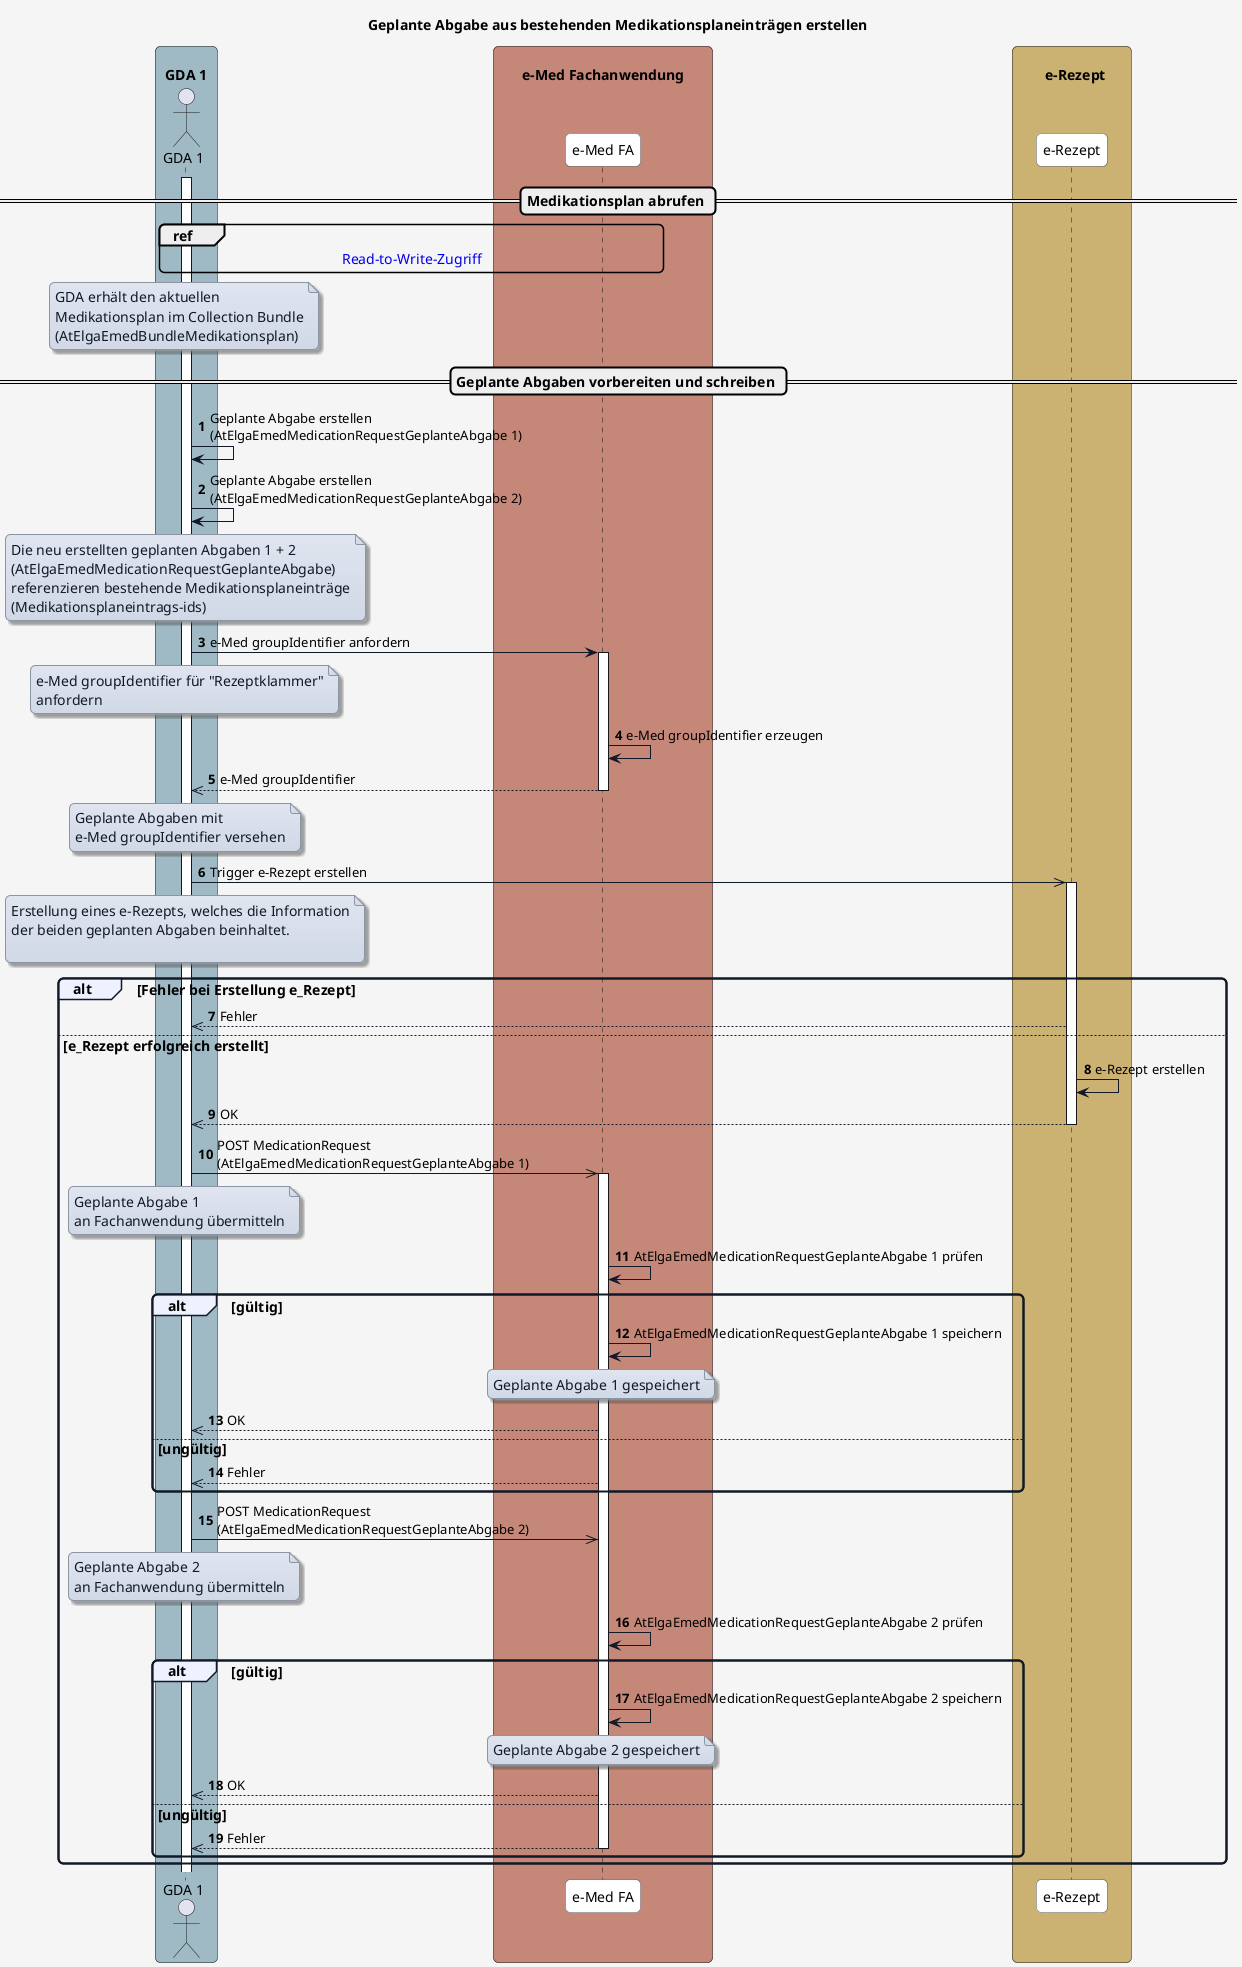
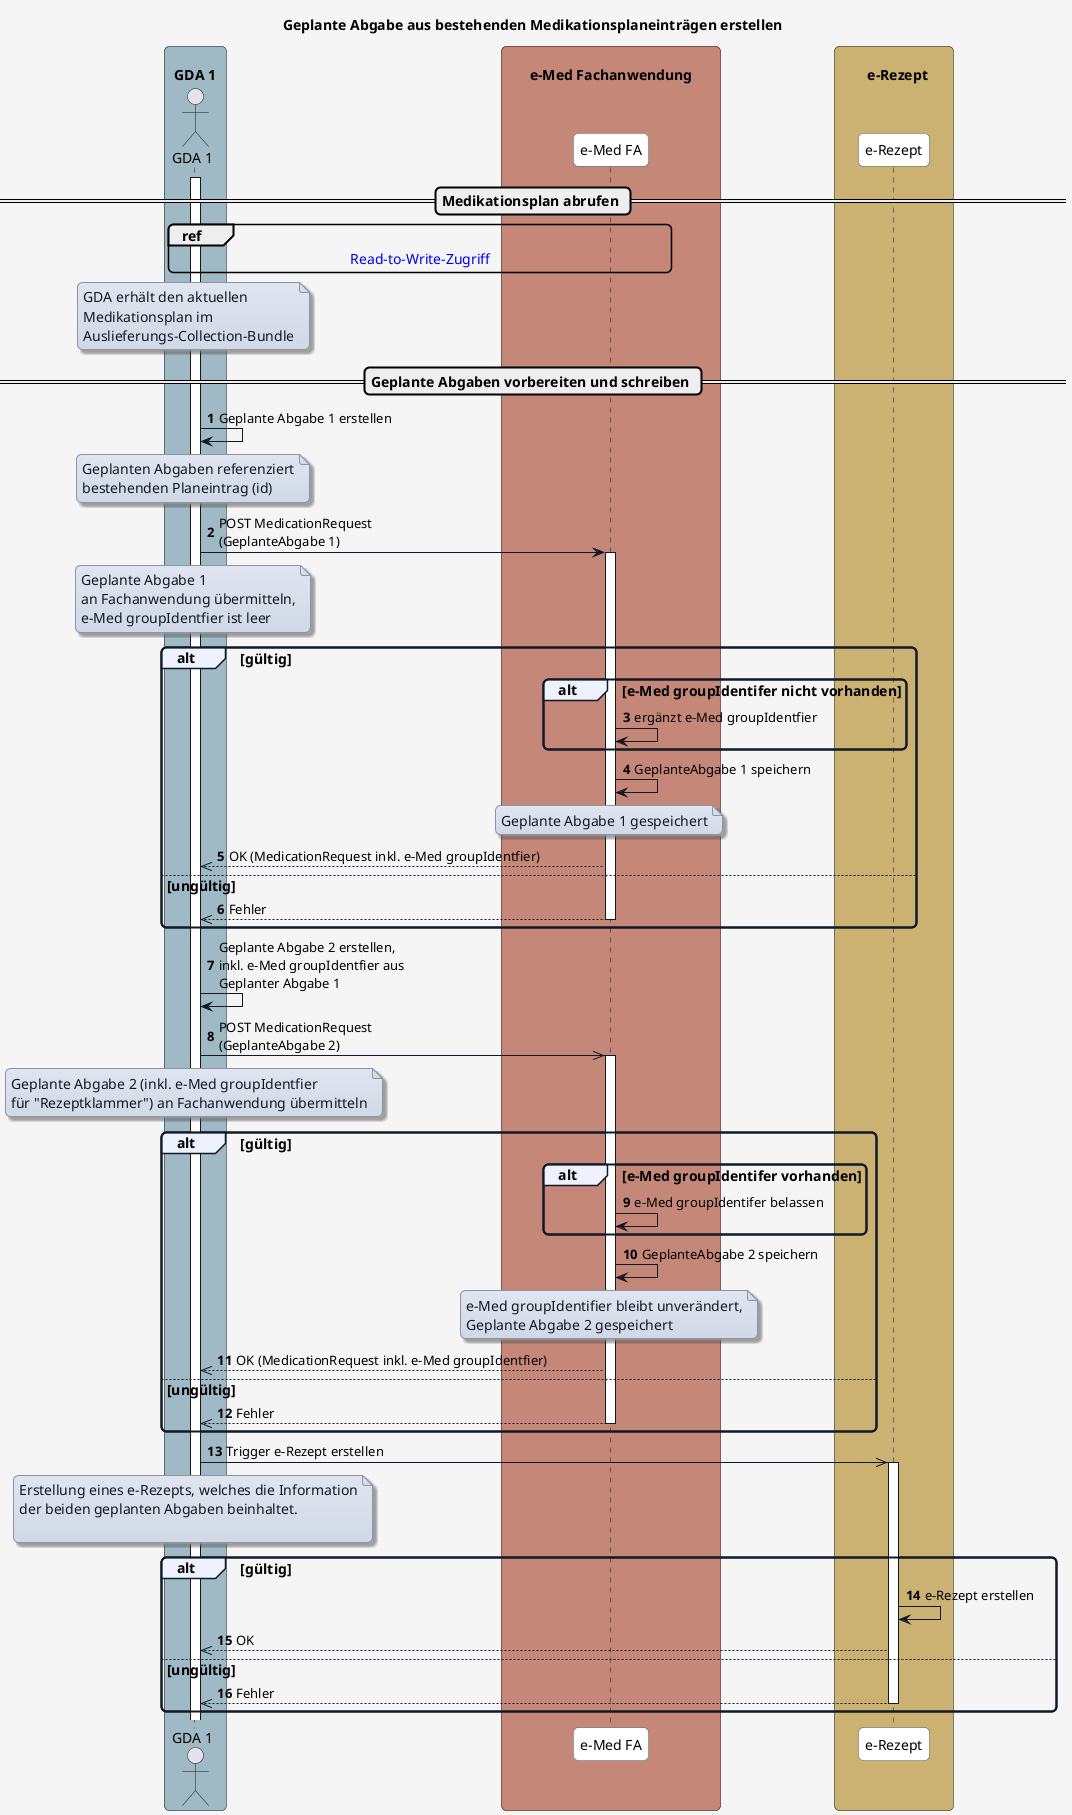
@startuml

title Geplante Abgabe aus bestehenden Medikationsplaneinträgen erstellen

skinparam borderColor #000000
skinparam backgroundColor #f5f5f5
skinparam shadowing false
skinparam roundCorner 10
skinparam defaultFontName "Arial"
skinparam defaultFontSize 14
skinparam defaultFontColor #000000

skinparam note {
  BackgroundColor #e0e5f0-#d1d9e6
  BorderColor #8b95a5
  BorderThickness 1
  RoundCorner 8
  Padding 6
  FontColor #111827
  Shadowing true
}

skinparam HyperlinkColor #0000EE
skinparam HyperlinkUnderline false

skinparam sequence {
  ParticipantBorderColor #555555
  ParticipantBackgroundColor #ffffff
  ParticipantFontColor #000000
  ParticipantFontSize 14
  ParticipantPadding 20
  ArrowColor #111827
  ArrowThickness 1
  ArrowFontColor #000000
  ArrowFontSize 13
  GroupBorderColor #111827
  GroupBackgroundColor #eef2ff
  GroupBorderThickness 2
}

skinparam BoxPadding 20
skinparam BoxBorderColor #555555

box "\n  GDA 1  " #9fbac4
  actor GDA_1 as "GDA 1"
end box

box "\n       e-Med Fachanwendung       " #C48778
  participant eMed_FA as "e-Med FA"
end box

box "\n    e-Rezept  " #cbb272
  participant e_Rezept as "e-Rezept"
end box

autonumber

== Medikationsplan abrufen ==

activate GDA_1

ref over GDA_1, eMed_FA : [[interactions.html#sequenzdiagramm-read-to-write-zugriff Read-to-Write-Zugriff]]

note over GDA_1
GDA erhält den aktuellen
- Medikationsplan im Collection Bundle
- (AtElgaEmedBundleMedikationsplan)
+ Medikationsplan im
+ Auslieferungs-Collection-Bundle
end note

== Geplante Abgaben vorbereiten und schreiben ==

- GDA_1 -> GDA_1: Geplante Abgabe erstellen\n(AtElgaEmedMedicationRequestGeplanteAbgabe 1)
- GDA_1 -> GDA_1: Geplante Abgabe erstellen\n(AtElgaEmedMedicationRequestGeplanteAbgabe 2)
+ GDA_1 -> GDA_1: Geplante Abgabe 1 erstellen
note over GDA_1
- Die neu erstellten geplanten Abgaben 1 + 2
- (AtElgaEmedMedicationRequestGeplanteAbgabe)
- referenzieren bestehende Medikationsplaneinträge
- (Medikationsplaneintrags-ids)
+ Geplanten Abgaben referenziert
+ bestehenden Planeintrag (id)
end note

- 
- GDA_1 -> eMed_FA: e-Med groupIdentifier anfordern
+ GDA_1 -> eMed_FA: POST MedicationRequest\n(GeplanteAbgabe 1)
+ activate eMed_FA

note over GDA_1
- e-Med groupIdentifier für "Rezeptklammer"
- anfordern
+ Geplante Abgabe 1
+ an Fachanwendung übermitteln,
+ e-Med groupIdentfier ist leer
end note

+ alt gültig
+   alt e-Med groupIdentifer nicht vorhanden
+     eMed_FA -> eMed_FA: ergänzt e-Med groupIdentfier
+   end
+ 
+   eMed_FA -> eMed_FA: GeplanteAbgabe 1 speichern
+ 
+   note over eMed_FA
+   Geplante Abgabe 1 gespeichert
+   end note
+ 
+   eMed_FA -->> GDA_1: OK (MedicationRequest inkl. e-Med groupIdentfier)
+ else ungültig
+   eMed_FA -->> GDA_1: Fehler
+   deactivate eMed_FA
+ end
+ 
+ GDA_1 -> GDA_1: Geplante Abgabe 2 erstellen,\ninkl. e-Med groupIdentfier aus\nGeplanter Abgabe 1
+ 
+ GDA_1 ->> eMed_FA: POST MedicationRequest\n(GeplanteAbgabe 2)
activate eMed_FA
- eMed_FA -> eMed_FA: e-Med groupIdentifier erzeugen
- eMed_FA -->> GDA_1: e-Med groupIdentifier
- deactivate eMed_FA
+ note over GDA_1
+ Geplante Abgabe 2 (inkl. e-Med groupIdentfier
+ für "Rezeptklammer") an Fachanwendung übermitteln
+ end note

- note over GDA_1
- Geplante Abgaben mit
- e-Med groupIdentifier versehen
- end note
+ alt gültig
+   alt e-Med groupIdentifer vorhanden
+     eMed_FA -> eMed_FA: e-Med groupIdentifer belassen
+   end
+   eMed_FA -> eMed_FA: GeplanteAbgabe 2 speichern
+ 
+   note over eMed_FA
+   e-Med groupIdentifier bleibt unverändert,
+   Geplante Abgabe 2 gespeichert
+   end note
+ 
+   eMed_FA -->> GDA_1: OK (MedicationRequest inkl. e-Med groupIdentfier)
+ else ungültig
+   eMed_FA -->> GDA_1: Fehler
+   deactivate eMed_FA
+ end

GDA_1 ->> e_Rezept: Trigger e-Rezept erstellen
note over GDA_1
Erstellung eines e-Rezepts, welches die Information
der beiden geplanten Abgaben beinhaltet.

end note
activate e_Rezept

- alt Fehler bei Erstellung e_Rezept
- 
-   e_Rezept -->> GDA_1: Fehler
- 
- else e_Rezept erfolgreich erstellt
+ alt gültig
  e_Rezept -> e_Rezept: e-Rezept erstellen
  e_Rezept -->> GDA_1: OK
+ 
+ else ungültig
+   e_Rezept -->> GDA_1: Fehler
  deactivate e_Rezept
-   GDA_1 ->> eMed_FA: POST MedicationRequest\n(AtElgaEmedMedicationRequestGeplanteAbgabe 1)
-   activate eMed_FA
-   note over GDA_1
-   Geplante Abgabe 1
-   an Fachanwendung übermitteln
-   end note
- 
- 
- eMed_FA -> eMed_FA: AtElgaEmedMedicationRequestGeplanteAbgabe 1 prüfen
- alt gültig
-   eMed_FA -> eMed_FA: AtElgaEmedMedicationRequestGeplanteAbgabe 1 speichern
- 
-   note over eMed_FA
-   Geplante Abgabe 1 gespeichert
-   end note
- 
-   eMed_FA -->> GDA_1: OK
-   else ungültig
-     eMed_FA -->> GDA_1: Fehler
-   end
- 
-   GDA_1 ->> eMed_FA: POST MedicationRequest\n(AtElgaEmedMedicationRequestGeplanteAbgabe 2)
-   note over GDA_1
-   Geplante Abgabe 2
-   an Fachanwendung übermitteln
-   end note
- 
-   eMed_FA -> eMed_FA: AtElgaEmedMedicationRequestGeplanteAbgabe 2 prüfen
-   alt gültig
-     eMed_FA -> eMed_FA: AtElgaEmedMedicationRequestGeplanteAbgabe 2 speichern
- 
-     note over eMed_FA
-     Geplante Abgabe 2 gespeichert
-     end note
- 
-     eMed_FA -->> GDA_1: OK
-   else ungültig
-     eMed_FA -->> GDA_1: Fehler
-     deactivate eMed_FA
-   end
- 
- 
end

- 
@enduml